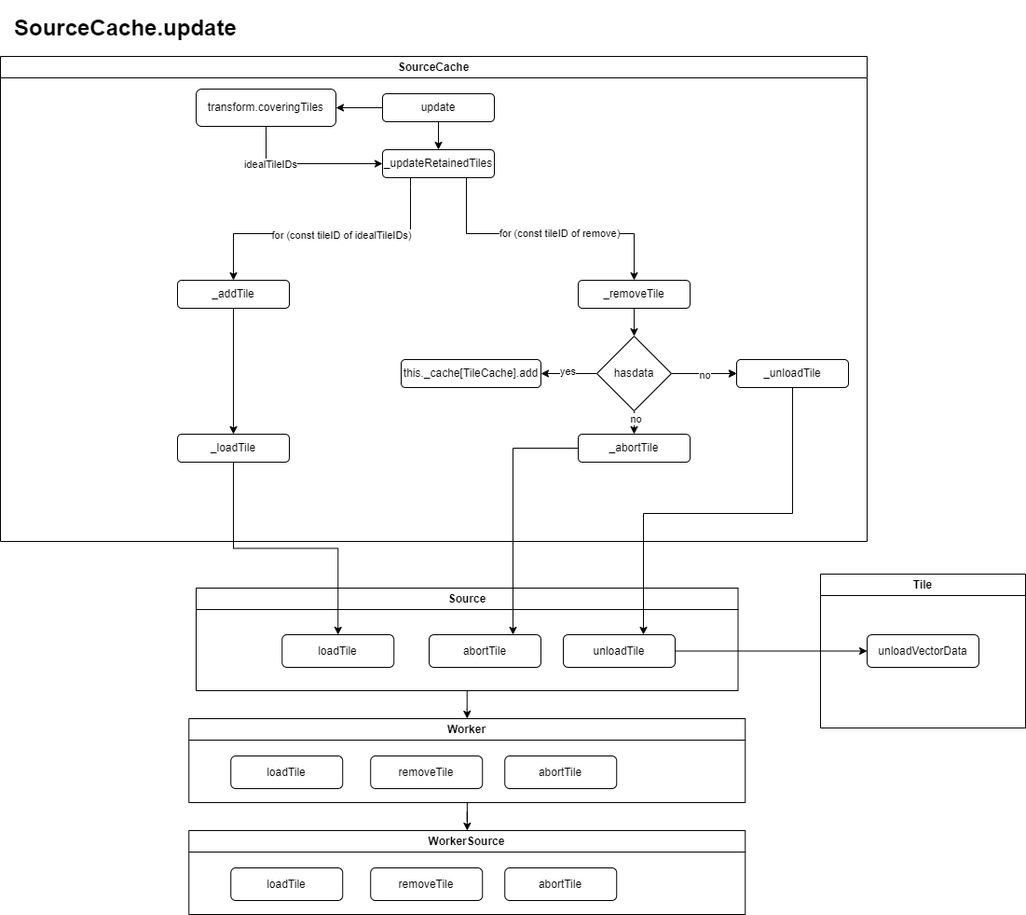
Before: sourceCache.update.drawio.png, a diagram exported from draw.io (472542625/drawio). Source tidied: cells renumbered, new cells last; positions are measured from the earlier drawing's top-left corner, leaving out a move shared by most shapes. Source of this version:
```xml
<mxGraphModel>
  <root>
    <mxCell id="0" />
    <mxCell id="1" parent="0" />
    <mxCell id="2" style="edgeStyle=orthogonalEdgeStyle;rounded=0;jettySize=auto;html=1;" parent="1" edge="1" source="3" target="47">
      <mxGeometry relative="1" as="geometry" />
    </mxCell>
    <mxCell id="3" value="Worker" style="swimlane;whiteSpace=wrap;html=1;startSize=23;" parent="1" vertex="1">
      <mxGeometry x="202.2" y="760" width="597" height="90" as="geometry" />
    </mxCell>
    <mxCell id="4" value="removeTile" style="rounded=1;whiteSpace=wrap;html=1;" parent="3" vertex="1">
      <mxGeometry x="195" y="40" width="120" height="35" as="geometry" />
    </mxCell>
    <mxCell id="5" value="loadTile" style="rounded=1;whiteSpace=wrap;html=1;" parent="3" vertex="1">
      <mxGeometry x="45" y="40" width="120" height="35" as="geometry" />
    </mxCell>
    <mxCell id="6" value="abortTile" style="rounded=1;whiteSpace=wrap;html=1;" parent="3" vertex="1">
      <mxGeometry x="339" y="40" width="120" height="35" as="geometry" />
    </mxCell>
    <mxCell id="7" style="edgeStyle=orthogonalEdgeStyle;rounded=0;jettySize=auto;html=1;" parent="1" edge="1" source="8" target="3">
      <mxGeometry relative="1" as="geometry" />
    </mxCell>
    <mxCell id="8" value="Source" style="swimlane;whiteSpace=wrap;html=1;" parent="1" vertex="1">
      <mxGeometry x="210" y="620" width="581.5" height="110" as="geometry" />
    </mxCell>
    <mxCell id="9" value="unloadTile" style="rounded=1;whiteSpace=wrap;html=1;" parent="8" vertex="1">
      <mxGeometry x="394" y="50" width="120" height="35" as="geometry" />
    </mxCell>
    <mxCell id="10" value="loadTile" style="rounded=1;whiteSpace=wrap;html=1;" parent="8" vertex="1">
      <mxGeometry x="92.2" y="50" width="120" height="35" as="geometry" />
    </mxCell>
    <mxCell id="11" value="abortTile" style="rounded=1;whiteSpace=wrap;html=1;" parent="8" vertex="1">
      <mxGeometry x="250" y="50" width="120" height="35" as="geometry" />
    </mxCell>
    <mxCell id="12" value="SourceCache" style="swimlane;whiteSpace=wrap;html=1;" parent="1" vertex="1">
      <mxGeometry y="50" width="930" height="520" as="geometry" />
    </mxCell>
    <mxCell id="13" style="edgeStyle=orthogonalEdgeStyle;rounded=0;jettySize=auto;html=1;" parent="1" edge="1" source="14" target="21">
      <mxGeometry relative="1" as="geometry" />
    </mxCell>
    <mxCell id="14" value="update" style="rounded=1;whiteSpace=wrap;html=1;fontSize=12;glass=0;strokeWidth=1;shadow=0;" parent="1" vertex="1">
      <mxGeometry x="410" y="90" width="120" height="30" as="geometry" />
    </mxCell>
    <mxCell id="15" style="edgeStyle=orthogonalEdgeStyle;rounded=0;jettySize=auto;html=1;exitX=0.5;exitY=1;exitDx=0;exitDy=0;entryX=0.5;entryY=0;entryDx=0;entryDy=0;" parent="1" edge="1" source="17" target="23">
      <mxGeometry relative="1" as="geometry">
        <Array as="points">
          <mxPoint x="440" y="190" />
          <mxPoint x="440" y="240" />
          <mxPoint x="250" y="240" />
          <mxPoint x="250" y="320" />
        </Array>
      </mxGeometry>
    </mxCell>
    <mxCell id="16" value="for (const tileID of idealTileIDs)" style="edgeLabel;html=1;align=center;verticalAlign=middle;" parent="15" vertex="1">
      <mxGeometry y="1" relative="1" as="geometry" />
    </mxCell>
    <mxCell id="17" value="_updateRetainedTiles" style="rounded=1;whiteSpace=wrap;html=1;fontSize=12;glass=0;strokeWidth=1;shadow=0;" parent="1" vertex="1">
      <mxGeometry x="410" y="150" width="120" height="30" as="geometry" />
    </mxCell>
    <mxCell id="18" style="endArrow=classic;html=1;rounded=0;exitX=0.5;exitY=1;exitDx=0;exitDy=0;entryX=0.5;entryY=0;entryDx=0;entryDy=0;" parent="1" edge="1" source="14" target="17">
      <mxGeometry relative="1" as="geometry" />
    </mxCell>
    <mxCell id="19" style="edgeStyle=orthogonalEdgeStyle;rounded=0;jettySize=auto;html=1;exitX=0.5;exitY=1;exitDx=0;exitDy=0;entryX=0;entryY=0.5;entryDx=0;entryDy=0;" parent="1" edge="1" source="21" target="17">
      <mxGeometry relative="1" as="geometry" />
    </mxCell>
    <mxCell id="20" value="idealTileIDs" style="edgeLabel;html=1;align=center;verticalAlign=middle;" parent="19" vertex="1">
      <mxGeometry x="-0.47" relative="1" as="geometry" />
    </mxCell>
    <mxCell id="21" value="transform.coveringTiles" style="rounded=1;whiteSpace=wrap;html=1;fontSize=12;glass=0;strokeWidth=1;shadow=0;" parent="1" vertex="1">
      <mxGeometry x="210" y="85" width="150" height="40" as="geometry" />
    </mxCell>
    <mxCell id="22" style="edgeStyle=orthogonalEdgeStyle;rounded=0;jettySize=auto;html=1;" parent="1" edge="1" source="23" target="41">
      <mxGeometry relative="1" as="geometry" />
    </mxCell>
    <mxCell id="23" value="_addTile" style="rounded=1;whiteSpace=wrap;html=1;fontSize=12;glass=0;strokeWidth=1;shadow=0;" parent="1" vertex="1">
      <mxGeometry x="190" y="290" width="120" height="30" as="geometry" />
    </mxCell>
    <mxCell id="24" style="edgeStyle=orthogonalEdgeStyle;rounded=0;jettySize=auto;html=1;exitX=0.75;exitY=1;exitDx=0;exitDy=0;entryX=0.5;entryY=0;entryDx=0;entryDy=0;" parent="1" edge="1" source="17" target="27">
      <mxGeometry relative="1" as="geometry">
        <Array as="points">
          <mxPoint x="500" y="240" />
          <mxPoint x="680" y="240" />
        </Array>
      </mxGeometry>
    </mxCell>
    <mxCell id="25" value="for (const tileID of remove)" style="edgeLabel;html=1;align=center;verticalAlign=middle;" parent="24" vertex="1">
      <mxGeometry x="0.12" y="1" relative="1" as="geometry">
        <mxPoint x="-2" as="offset" />
      </mxGeometry>
    </mxCell>
    <mxCell id="26" style="edgeStyle=orthogonalEdgeStyle;rounded=0;jettySize=auto;html=1;" parent="1" edge="1" source="27" target="36">
      <mxGeometry relative="1" as="geometry" />
    </mxCell>
    <mxCell id="27" value="_removeTile" style="rounded=1;whiteSpace=wrap;html=1;fontSize=12;glass=0;strokeWidth=1;shadow=0;" parent="1" vertex="1">
      <mxGeometry x="620" y="290" width="120" height="30" as="geometry" />
    </mxCell>
    <mxCell id="28" value="&lt;h1&gt;SourceCache.update&lt;/h1&gt;" style="text;html=1;strokeColor=none;fillColor=none;spacing=5;spacingTop=-20;whiteSpace=wrap;overflow=hidden;rounded=0;" parent="1" vertex="1">
      <mxGeometry x="10" width="270" height="50" as="geometry" />
    </mxCell>
    <mxCell id="29" style="edgeStyle=orthogonalEdgeStyle;rounded=0;jettySize=auto;html=1;" parent="1" edge="1" source="36" target="37">
      <mxGeometry relative="1" as="geometry" />
    </mxCell>
    <mxCell id="30" value="yes" style="edgeLabel;html=1;align=center;verticalAlign=middle;" parent="29" vertex="1">
      <mxGeometry x="0.03" y="-3" relative="1" as="geometry" />
    </mxCell>
    <mxCell id="31" style="edgeStyle=orthogonalEdgeStyle;rounded=0;jettySize=auto;html=1;" parent="1" edge="1" source="36" target="39">
      <mxGeometry relative="1" as="geometry" />
    </mxCell>
    <mxCell id="32" style="edgeStyle=orthogonalEdgeStyle;rounded=0;jettySize=auto;html=1;" parent="1" edge="1" source="36" target="39">
      <mxGeometry relative="1" as="geometry" />
    </mxCell>
    <mxCell id="33" value="no" style="edgeLabel;html=1;align=center;verticalAlign=middle;" parent="32" vertex="1">
      <mxGeometry y="-1" relative="1" as="geometry" />
    </mxCell>
    <mxCell id="34" style="edgeStyle=orthogonalEdgeStyle;rounded=0;jettySize=auto;html=1;" parent="1" edge="1" source="36" target="43">
      <mxGeometry relative="1" as="geometry" />
    </mxCell>
    <mxCell id="35" value="no" style="edgeLabel;html=1;align=center;verticalAlign=middle;" parent="34" vertex="1">
      <mxGeometry x="0.42" y="1" relative="1" as="geometry" />
    </mxCell>
    <mxCell id="36" value="hasdata" style="rhombus;whiteSpace=wrap;html=1;" parent="1" vertex="1">
      <mxGeometry x="640" y="350" width="80" height="80" as="geometry" />
    </mxCell>
    <mxCell id="37" value="this._cache[TileCache].add" style="rounded=1;whiteSpace=wrap;html=1;" parent="1" vertex="1">
      <mxGeometry x="430" y="375" width="150" height="30" as="geometry" />
    </mxCell>
    <mxCell id="38" style="edgeStyle=orthogonalEdgeStyle;rounded=0;jettySize=auto;html=1;" parent="1" edge="1" source="39" target="9">
      <mxGeometry relative="1" as="geometry">
        <Array as="points">
          <mxPoint x="850" y="540" />
          <mxPoint x="690" y="540" />
        </Array>
      </mxGeometry>
    </mxCell>
    <mxCell id="39" value="_unloadTile" style="rounded=1;whiteSpace=wrap;html=1;" parent="1" vertex="1">
      <mxGeometry x="790" y="375" width="120" height="30" as="geometry" />
    </mxCell>
    <mxCell id="40" style="edgeStyle=orthogonalEdgeStyle;rounded=0;jettySize=auto;html=1;entryX=0.5;entryY=0;entryDx=0;entryDy=0;" parent="1" edge="1" source="41" target="10">
      <mxGeometry relative="1" as="geometry" />
    </mxCell>
    <mxCell id="41" value="_loadTile" style="rounded=1;whiteSpace=wrap;html=1;glass=0;strokeWidth=1;shadow=0;" parent="1" vertex="1">
      <mxGeometry x="190" y="455" width="120" height="30" as="geometry" />
    </mxCell>
    <mxCell id="42" style="edgeStyle=orthogonalEdgeStyle;rounded=0;jettySize=auto;html=1;" parent="1" edge="1" source="43" target="11">
      <mxGeometry relative="1" as="geometry">
        <Array as="points">
          <mxPoint x="550" y="470" />
        </Array>
      </mxGeometry>
    </mxCell>
    <mxCell id="43" value="_abortTile" style="rounded=1;whiteSpace=wrap;html=1;" parent="1" vertex="1">
      <mxGeometry x="620" y="455" width="120" height="30" as="geometry" />
    </mxCell>
    <mxCell id="44" value="Tile" style="swimlane;whiteSpace=wrap;html=1;" parent="1" vertex="1">
      <mxGeometry x="880" y="605" width="220" height="165" as="geometry" />
    </mxCell>
    <mxCell id="45" value="unloadVectorData" style="rounded=1;whiteSpace=wrap;html=1;" parent="44" vertex="1">
      <mxGeometry x="50" y="65" width="120" height="35" as="geometry" />
    </mxCell>
    <mxCell id="46" style="edgeStyle=orthogonalEdgeStyle;rounded=0;jettySize=auto;html=1;entryX=0;entryY=0.5;entryDx=0;entryDy=0;" parent="1" edge="1" source="9" target="45">
      <mxGeometry relative="1" as="geometry" />
    </mxCell>
    <mxCell id="47" value="WorkerSource" style="swimlane;whiteSpace=wrap;html=1;startSize=23;" parent="1" vertex="1">
      <mxGeometry x="202.2" y="880" width="597" height="90" as="geometry" />
    </mxCell>
    <mxCell id="48" value="removeTile" style="rounded=1;whiteSpace=wrap;html=1;" parent="47" vertex="1">
      <mxGeometry x="195" y="40" width="120" height="35" as="geometry" />
    </mxCell>
    <mxCell id="49" value="loadTile" style="rounded=1;whiteSpace=wrap;html=1;" parent="47" vertex="1">
      <mxGeometry x="45" y="40" width="120" height="35" as="geometry" />
    </mxCell>
    <mxCell id="50" value="abortTile" style="rounded=1;whiteSpace=wrap;html=1;" parent="47" vertex="1">
      <mxGeometry x="339" y="40" width="120" height="35" as="geometry" />
    </mxCell>
  </root>
</mxGraphModel>
```
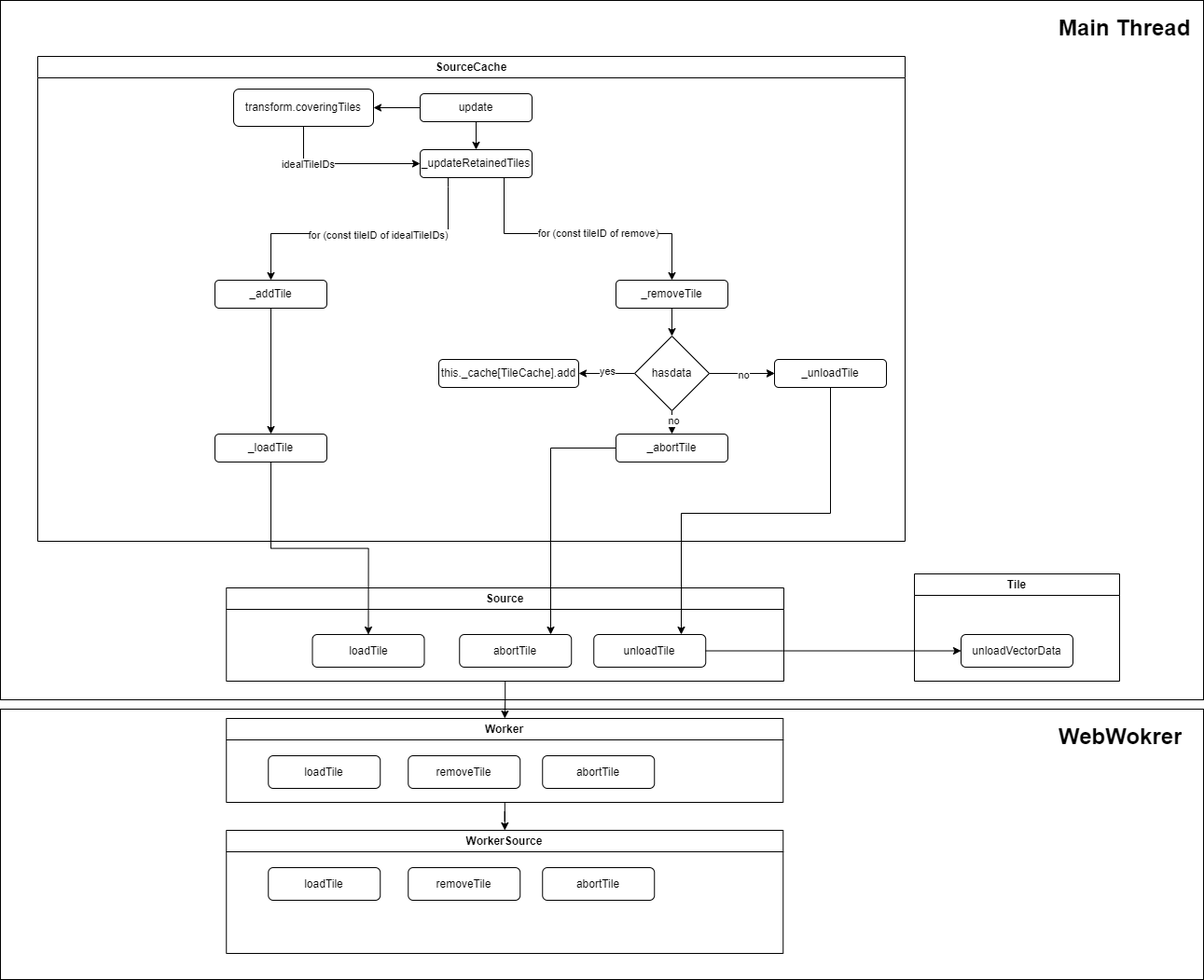
After the commit.

Diff of the diagram source:
```diff
@@ -2,6 +2,12 @@
   <root>
     <mxCell id="0" />
     <mxCell id="1" parent="0" />
+    <mxCell id="51" style="rounded=0;whiteSpace=wrap;html=1;" parent="1" vertex="1">
+      <mxGeometry x="-40" y="750" width="1290" height="290" as="geometry" />
+    </mxCell>
+    <mxCell id="52" style="rounded=0;whiteSpace=wrap;html=1;" parent="1" vertex="1">
+      <mxGeometry x="-40" y="-10" width="1290" height="750" as="geometry" />
+    </mxCell>
     <mxCell id="2" style="edgeStyle=orthogonalEdgeStyle;rounded=0;jettySize=auto;html=1;" parent="1" edge="1" source="3" target="47">
       <mxGeometry relative="1" as="geometry" />
     </mxCell>
@@ -21,7 +27,7 @@
       <mxGeometry relative="1" as="geometry" />
     </mxCell>
     <mxCell id="8" value="Source" style="swimlane;whiteSpace=wrap;html=1;" parent="1" vertex="1">
-      <mxGeometry x="210" y="620" width="581.5" height="110" as="geometry" />
+      <mxGeometry x="202.2" y="620" width="597.8" height="100" as="geometry" />
     </mxCell>
     <mxCell id="9" value="unloadTile" style="rounded=1;whiteSpace=wrap;html=1;" parent="8" vertex="1">
       <mxGeometry x="394" y="50" width="120" height="35" as="geometry" />
@@ -94,9 +100,6 @@
     <mxCell id="27" value="_removeTile" style="rounded=1;whiteSpace=wrap;html=1;fontSize=12;glass=0;strokeWidth=1;shadow=0;" parent="1" vertex="1">
       <mxGeometry x="620" y="290" width="120" height="30" as="geometry" />
     </mxCell>
-    <mxCell id="28" value="&lt;h1&gt;SourceCache.update&lt;/h1&gt;" style="text;html=1;strokeColor=none;fillColor=none;spacing=5;spacingTop=-20;whiteSpace=wrap;overflow=hidden;rounded=0;" parent="1" vertex="1">
-      <mxGeometry x="10" width="270" height="50" as="geometry" />
-    </mxCell>
     <mxCell id="29" style="edgeStyle=orthogonalEdgeStyle;rounded=0;jettySize=auto;html=1;" parent="1" edge="1" source="36" target="37">
       <mxGeometry relative="1" as="geometry" />
     </mxCell>
@@ -152,7 +155,7 @@
       <mxGeometry x="620" y="455" width="120" height="30" as="geometry" />
     </mxCell>
     <mxCell id="44" value="Tile" style="swimlane;whiteSpace=wrap;html=1;" parent="1" vertex="1">
-      <mxGeometry x="880" y="605" width="220" height="165" as="geometry" />
+      <mxGeometry x="940" y="605" width="220" height="115" as="geometry" />
     </mxCell>
     <mxCell id="45" value="unloadVectorData" style="rounded=1;whiteSpace=wrap;html=1;" parent="44" vertex="1">
       <mxGeometry x="50" y="65" width="120" height="35" as="geometry" />
@@ -161,7 +164,7 @@
       <mxGeometry relative="1" as="geometry" />
     </mxCell>
     <mxCell id="47" value="WorkerSource" style="swimlane;whiteSpace=wrap;html=1;startSize=23;" parent="1" vertex="1">
-      <mxGeometry x="202.2" y="880" width="597" height="90" as="geometry" />
+      <mxGeometry x="202.2" y="880" width="597" height="132" as="geometry" />
     </mxCell>
     <mxCell id="48" value="removeTile" style="rounded=1;whiteSpace=wrap;html=1;" parent="47" vertex="1">
       <mxGeometry x="195" y="40" width="120" height="35" as="geometry" />
@@ -172,5 +175,11 @@
     <mxCell id="50" value="abortTile" style="rounded=1;whiteSpace=wrap;html=1;" parent="47" vertex="1">
       <mxGeometry x="339" y="40" width="120" height="35" as="geometry" />
     </mxCell>
+    <mxCell id="53" value="&lt;h1&gt;Main Thread&lt;/h1&gt;" style="text;html=1;strokeColor=none;fillColor=none;spacing=5;spacingTop=-20;whiteSpace=wrap;overflow=hidden;rounded=0;" parent="1" vertex="1">
+      <mxGeometry x="1090" width="150" height="35" as="geometry" />
+    </mxCell>
+    <mxCell id="54" value="&lt;h1&gt;WebWokrer&lt;/h1&gt;" style="text;html=1;strokeColor=none;fillColor=none;spacing=5;spacingTop=-20;whiteSpace=wrap;overflow=hidden;rounded=0;" parent="1" vertex="1">
+      <mxGeometry x="1090" y="760" width="150" height="35" as="geometry" />
+    </mxCell>
   </root>
 </mxGraphModel>
```
